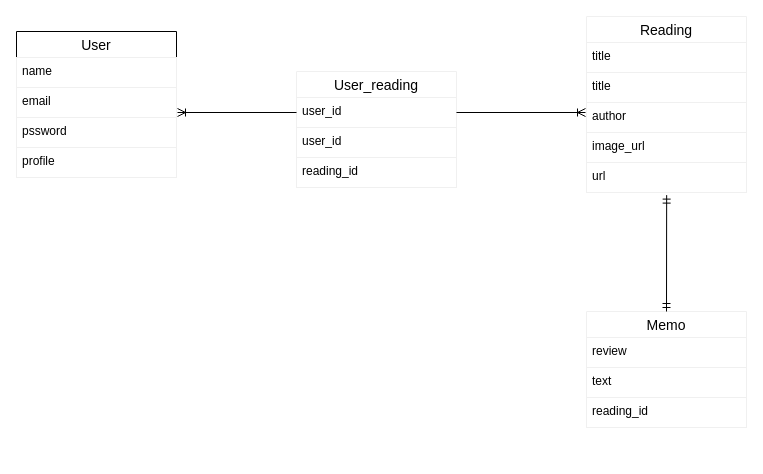
Above: ERD.dio in shiori771/reed-books (draw.io), before the change. Source tidied: cells renumbered, new cells numbered last; positions are measured from the earlier drawing's top-left corner, leaving out a move shared by most shapes. Both pictures are drawn from the tidied source at 100%, with x=0, y=0 at pixel (16, 16).
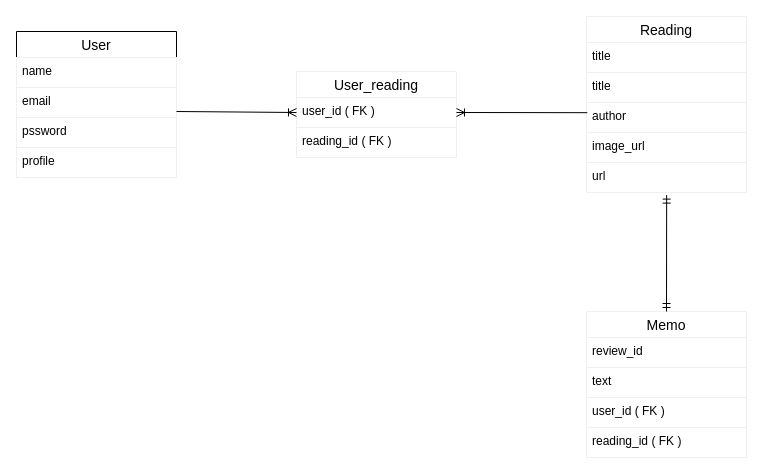
The same diagram, later.

Commit message:
[update]ER図リレーション・カラムを修正#1

update
- テーブル名を複数形に修正
- memosテーブルにuser_idカラム追加
- memosテーブルのreviewをreview_idに修正
- usersとuser_readings、readingsとuser_readingsのrelation修正

The change refers to these unchanged cells:
```xml
<mxCell id="10" value="author&#10;&#10;" style="text;fillColor=none;spacingLeft=4;spacingRight=4;overflow=hidden;points=[[0,0.5],[1,0.5]];portConstraint=eastwest;fontSize=12;strokeColor=#f0f0f0;" parent="7" vertex="1">
  <mxGeometry y="86" width="160" height="30" as="geometry" />
</mxCell>
```

What changed in the source:
```diff
@@
     <mxCell id="13" value="User_reading" style="swimlane;fontStyle=0;horizontal=1;startSize=26;align=center;fontSize=14;strokeColor=#f0f0f0;" parent="1" vertex="1">
-      <mxGeometry x="280" y="55" width="160" height="116" as="geometry" />
+      <mxGeometry x="280" y="55" width="160" height="86" as="geometry" />
     </mxCell>
-    <mxCell id="14" value="user_id" style="text;fillColor=none;spacingLeft=4;spacingRight=4;overflow=hidden;points=[[0,0.5],[1,0.5]];portConstraint=eastwest;fontSize=12;strokeColor=#f0f0f0;" parent="13" vertex="1">
-      <mxGeometry y="26" width="160" height="30" as="geometry" />
-    </mxCell>
-    <mxCell id="15" value="user_id" style="text;fillColor=none;spacingLeft=4;spacingRight=4;overflow=hidden;fontSize=12;strokeColor=#f0f0f0;" parent="13" vertex="1">
-      <mxGeometry y="56" width="160" height="30" as="geometry" />
+    <mxCell id="15" value="user_id ( FK )" style="text;fillColor=none;spacingLeft=4;spacingRight=4;overflow=hidden;fontSize=12;strokeColor=#f0f0f0;" parent="13" vertex="1">
+      <mxGeometry y="26" width="160" height="30" as="geometry" />
     </mxCell>
-    <mxCell id="16" value="reading_id" style="text;fillColor=none;spacingLeft=4;spacingRight=4;overflow=hidden;fontSize=12;strokeColor=#f0f0f0;" parent="13" vertex="1">
-      <mxGeometry y="86" width="160" height="30" as="geometry" />
+    <mxCell id="16" value="reading_id ( FK )" style="text;fillColor=none;spacingLeft=4;spacingRight=4;overflow=hidden;fontSize=12;strokeColor=#f0f0f0;" parent="13" vertex="1">
+      <mxGeometry y="56" width="160" height="30" as="geometry" />
     </mxCell>
     <mxCell id="17" value="Memo" style="swimlane;fontStyle=0;horizontal=1;startSize=26;align=center;fontSize=14;strokeColor=#f0f0f0;" parent="1" vertex="1">
-      <mxGeometry x="570" y="295" width="160" height="116" as="geometry" />
+      <mxGeometry x="570" y="295" width="160" height="146" as="geometry" />
     </mxCell>
-    <mxCell id="18" value="review" style="text;fillColor=none;spacingLeft=4;spacingRight=4;overflow=hidden;fontSize=12;strokeColor=#f0f0f0;" parent="17" vertex="1">
+    <mxCell id="18" value="review_id" style="text;fillColor=none;spacingLeft=4;spacingRight=4;overflow=hidden;fontSize=12;strokeColor=#f0f0f0;" parent="17" vertex="1">
       <mxGeometry y="26" width="160" height="30" as="geometry" />
     </mxCell>
@@
-    <mxCell id="20" value="reading_id" style="text;fillColor=none;spacingLeft=4;spacingRight=4;overflow=hidden;fontSize=12;strokeColor=#f0f0f0;" parent="17" vertex="1">
+    <mxCell id="20" value="user_id ( FK )" style="text;fillColor=none;spacingLeft=4;spacingRight=4;overflow=hidden;fontSize=12;strokeColor=#f0f0f0;" parent="17" vertex="1">
       <mxGeometry y="86" width="160" height="30" as="geometry" />
     </mxCell>
-    <mxCell id="21" style="fontSize=12;html=1;endArrow=ERoneToMany;exitX=1;exitY=0.5;exitDx=0;exitDy=0;" parent="1" edge="1" source="14">
-      <mxGeometry relative="1" as="geometry">
-        <mxPoint x="569" y="96" as="targetPoint" />
-      </mxGeometry>
-    </mxCell>
-    <mxCell id="22" style="fontSize=12;html=1;endArrow=ERoneToMany;exitX=0;exitY=0.5;exitDx=0;exitDy=0;" parent="1" edge="1" source="14">
-      <mxGeometry relative="1" as="geometry">
-        <mxPoint x="161" y="96" as="targetPoint" />
-      </mxGeometry>
-    </mxCell>
+    <mxCell id="24" value="reading_id ( FK )" style="text;fillColor=none;spacingLeft=4;spacingRight=4;overflow=hidden;fontSize=12;strokeColor=#f0f0f0;" parent="17" vertex="1">
+      <mxGeometry y="116" width="160" height="30" as="geometry" />
+    </mxCell>
@@
+    <mxCell id="25" style="fontSize=12;html=1;endArrow=ERoneToMany;entryX=0;entryY=0.5;entryDx=0;entryDy=0;" parent="1" edge="1">
+      <mxGeometry relative="1" as="geometry">
+        <mxPoint x="160" y="95" as="sourcePoint" />
+        <mxPoint x="280" y="96" as="targetPoint" />
+      </mxGeometry>
+    </mxCell>
+    <mxCell id="26" style="fontSize=12;html=1;endArrow=ERoneToMany;entryX=1;entryY=0.5;entryDx=0;entryDy=0;exitX=0.005;exitY=0.34;exitDx=0;exitDy=0;exitPerimeter=0;" parent="1" edge="1" source="10">
+      <mxGeometry relative="1" as="geometry">
+        <mxPoint x="440" y="96" as="targetPoint" />
+      </mxGeometry>
+    </mxCell>
```
